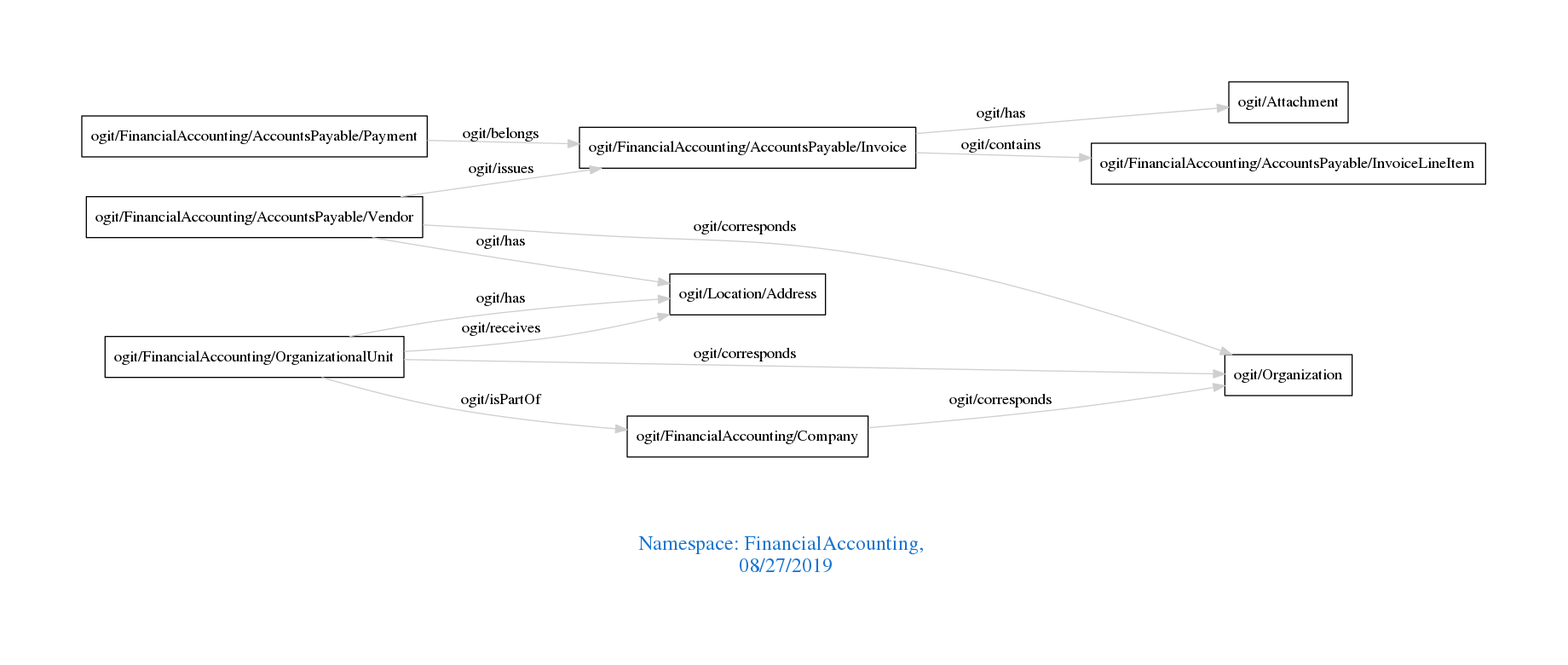
Above: downloads/FinancialAccounting.png in arago/OGIT (Graphviz), before the change. Its source is kept beside it as downloads/FinancialAccounting.dot. Its diagram source:
```dot
digraph OGIT_ontology {
 graph [ rankdir= LR,pad=1
fontsize = 18,
fontcolor= dodgerblue3,label = "\n\n\nNamespace: FinancialAccounting, \n 08/27/2019"];
node[shape=polygon];
edge [  color="gray81"];

   "ogit/FinancialAccounting/AccountsPayable/Invoice" -> "ogit/FinancialAccounting/AccountsPayable/InvoiceLineItem" [label="   ogit/contains    "];
   "ogit/FinancialAccounting/AccountsPayable/Vendor" -> "ogit/Organization" [label="   ogit/corresponds    "];
   "ogit/FinancialAccounting/Company" -> "ogit/Organization" [label="   ogit/corresponds    "];
   "ogit/FinancialAccounting/OrganizationalUnit" -> "ogit/Organization" [label="   ogit/corresponds    "];
   "ogit/FinancialAccounting/AccountsPayable/Vendor" -> "ogit/FinancialAccounting/AccountsPayable/Invoice" [label="   ogit/issues    "];
   "ogit/FinancialAccounting/AccountsPayable/Payment" -> "ogit/FinancialAccounting/AccountsPayable/Invoice" [label="   ogit/belongs    "];
   "ogit/FinancialAccounting/OrganizationalUnit" -> "ogit/Location/Address" [label="   ogit/receives    "];
   "ogit/FinancialAccounting/AccountsPayable/Invoice" -> "ogit/Attachment" [label="   ogit/has    "];
   "ogit/FinancialAccounting/AccountsPayable/Vendor" -> "ogit/Location/Address" [label="   ogit/has    "];
   "ogit/FinancialAccounting/OrganizationalUnit" -> "ogit/Location/Address" [label="   ogit/has    "];
   "ogit/FinancialAccounting/OrganizationalUnit" -> "ogit/FinancialAccounting/Company" [label="   ogit/isPartOf    "];
}
```
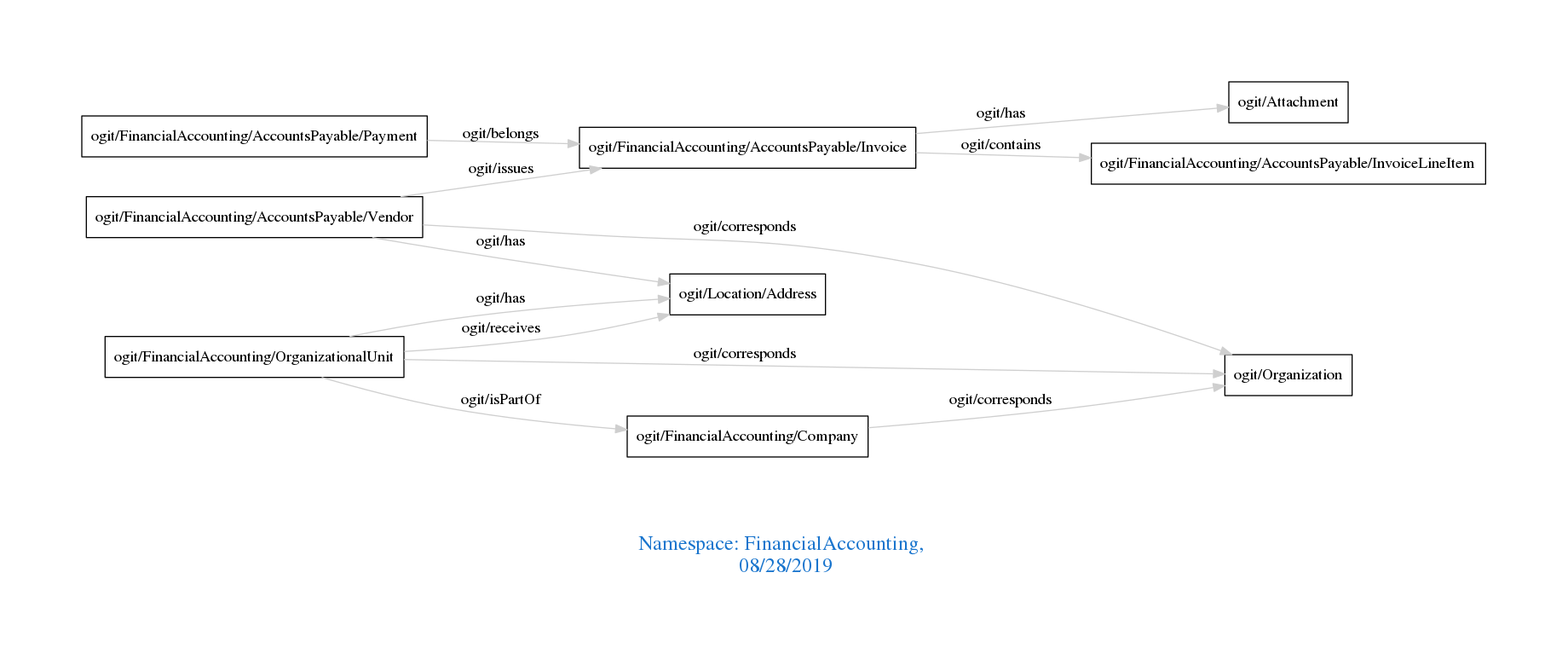
After the commit.

Change to the diagram source:
```diff
@@ -1,7 +1,7 @@
 digraph OGIT_ontology {
  graph [ rankdir= LR,pad=1
 fontsize = 18,
-fontcolor= dodgerblue3,label = "\n\n\nNamespace: FinancialAccounting, \n 08/27/2019"];
+fontcolor= dodgerblue3,label = "\n\n\nNamespace: FinancialAccounting, \n 08/28/2019"];
 node[shape=polygon];
 edge [  color="gray81"];
 
```
